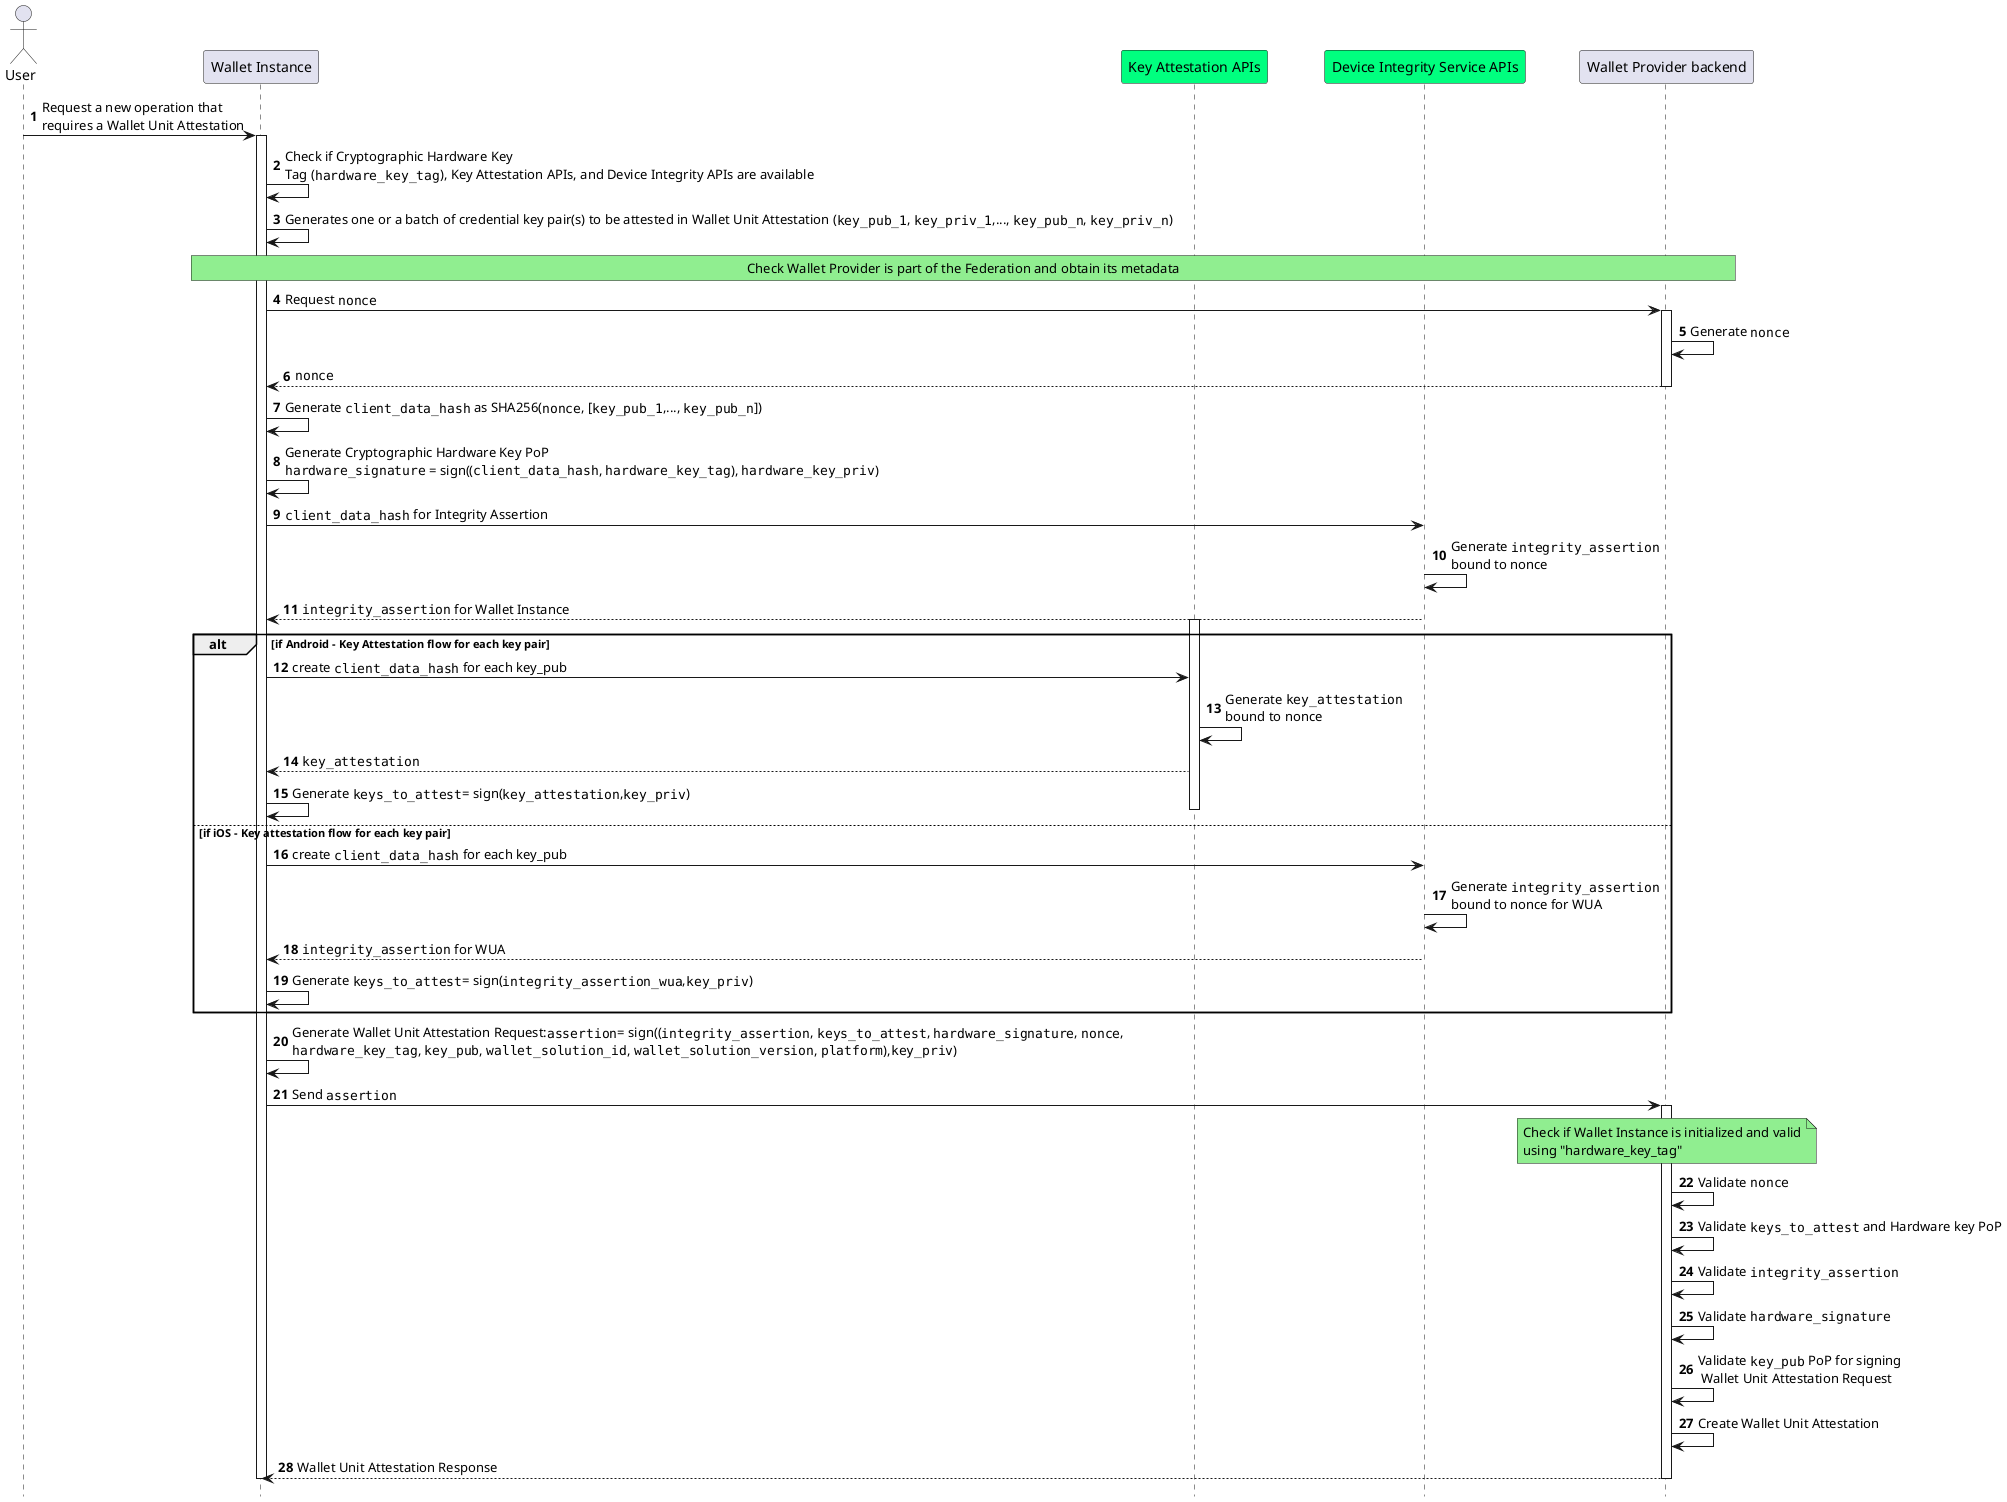
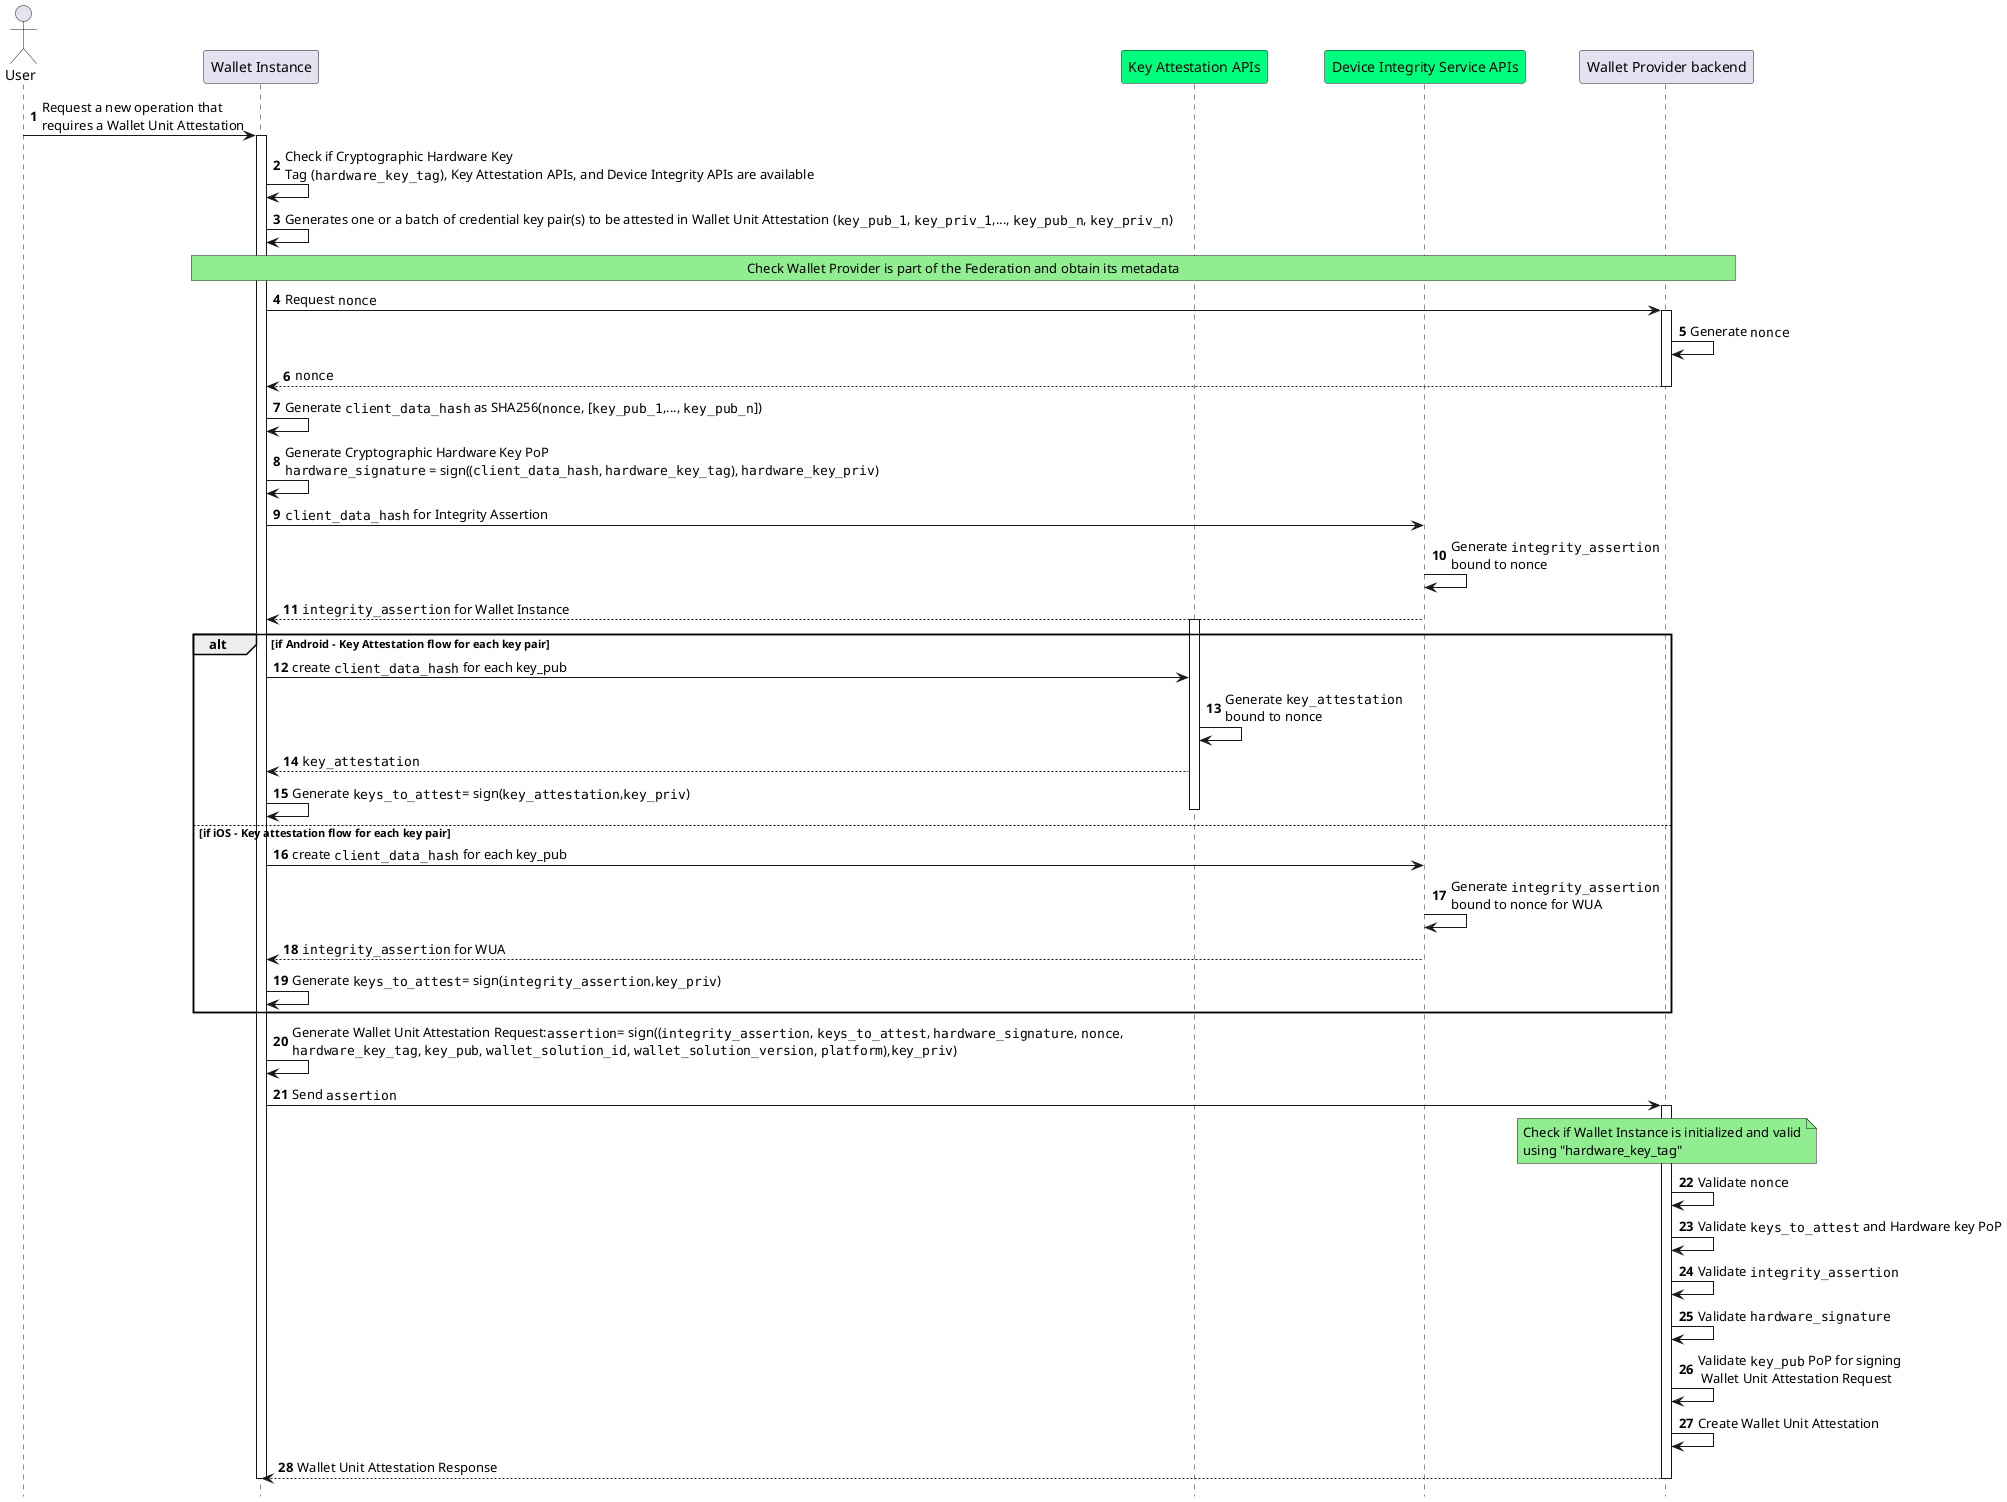
@startuml Wallet App and Wallet Unit Attestations Issuance
autonumber
hide footbox

'Participants
actor "User" as user
participant "Wallet Instance" as app
participant "Key Attestation APIs" as kats #springgreen
participant "Device Integrity Service APIs" as aats #springgreen
participant "Wallet Provider backend" as bck

user->app: Request a new operation that\nrequires a Wallet Unit Attestation
activate app

app->app: Check if Cryptographic Hardware Key \nTag (""hardware_key_tag""), Key Attestation APIs, and Device Integrity APIs are available

app->app: Generates one or a batch of credential key pair(s) to be attested in Wallet Unit Attestation (""key_pub_1"", ""key_priv_1"",..., ""key_pub_n"", ""key_priv_n"")

rnote over app,bck #LIGHTGREEN
Check Wallet Provider is part of the Federation and obtain its metadata
endrnote

app->bck: Request ""nonce""
activate bck

bck->bck: Generate ""nonce""

bck-->app: ""nonce""
deactivate bck


app->app: Generate ""client_data_hash"" as SHA256(""nonce"", [""key_pub_1"",..., ""key_pub_n""])

app->app: Generate Cryptographic Hardware Key PoP\n""hardware_signature"" = sign((""client_data_hash"", ""hardware_key_tag""), ""hardware_key_priv"")

app->aats: ""client_data_hash"" for Integrity Assertion
aats->aats: Generate ""integrity_assertion""\nbound to nonce
aats-->app: ""integrity_assertion"" for Wallet Instance

alt if Android - Key Attestation flow for each key pair

activate kats

app->kats: create ""client_data_hash"" for each key_pub

kats->kats: Generate ""key_attestation""\nbound to nonce

kats-->app: ""key_attestation""
app->app : Generate ""keys_to_attest""= sign(""key_attestation"",""key_priv"")

deactivate kats

else if iOS - Key attestation flow for each key pair

app->aats: create ""client_data_hash"" for each key_pub
aats->aats: Generate ""integrity_assertion""\nbound to nonce for WUA
aats-->app: ""integrity_assertion"" for WUA
- app->app : Generate ""keys_to_attest""= sign(""integrity_assertion_wua"",""key_priv"")
+ app->app : Generate ""keys_to_attest""= sign(""integrity_assertion"",""key_priv"")
end


app->app: Generate Wallet Unit Attestation Request:""assertion""= sign((""integrity_assertion"", ""keys_to_attest"", ""hardware_signature"", ""nonce"",\n""hardware_key_tag"", ""key_pub"", ""wallet_solution_id"", ""wallet_solution_version"", ""platform""),""key_priv"")
app->bck: Send ""assertion""
activate bck
Note over bck, bck #LIGHTGREEN
Check if Wallet Instance is initialized and valid
using "hardware_key_tag"
End note

bck->bck: Validate ""nonce""
bck->bck: Validate ""keys_to_attest"" and Hardware key PoP
bck->bck: Validate ""integrity_assertion""
bck->bck: Validate ""hardware_signature""
bck->bck: Validate ""key_pub"" PoP for signing\n Wallet Unit Attestation Request
bck->bck: Create Wallet Unit Attestation


bck-->app: Wallet Unit Attestation Response

deactivate bck
deactivate app
@enduml